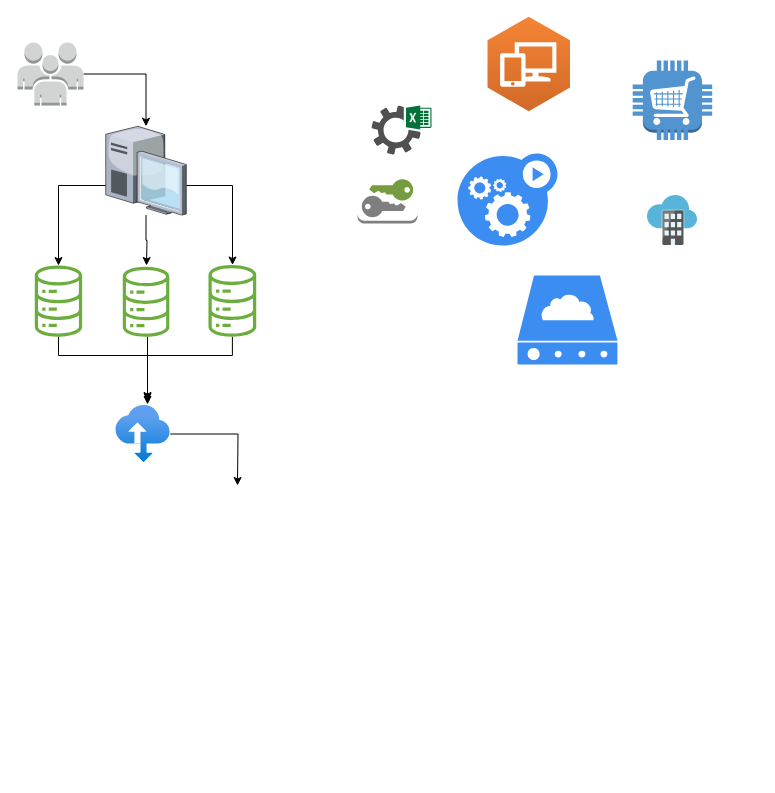
This is Untitled Diagram.drawio from amalgum/swagger-ui, a draw.io file, before an edit. Source tidied: cells renumbered, new cells numbered last; positions are measured from the earlier drawing's top-left corner, leaving out a move shared by most shapes. Both pictures are drawn from the tidied source at 100%, with x=0, y=0 at pixel (17, 16). Pictures stored in the file or linked from it are replaced by grey dashed boxes.
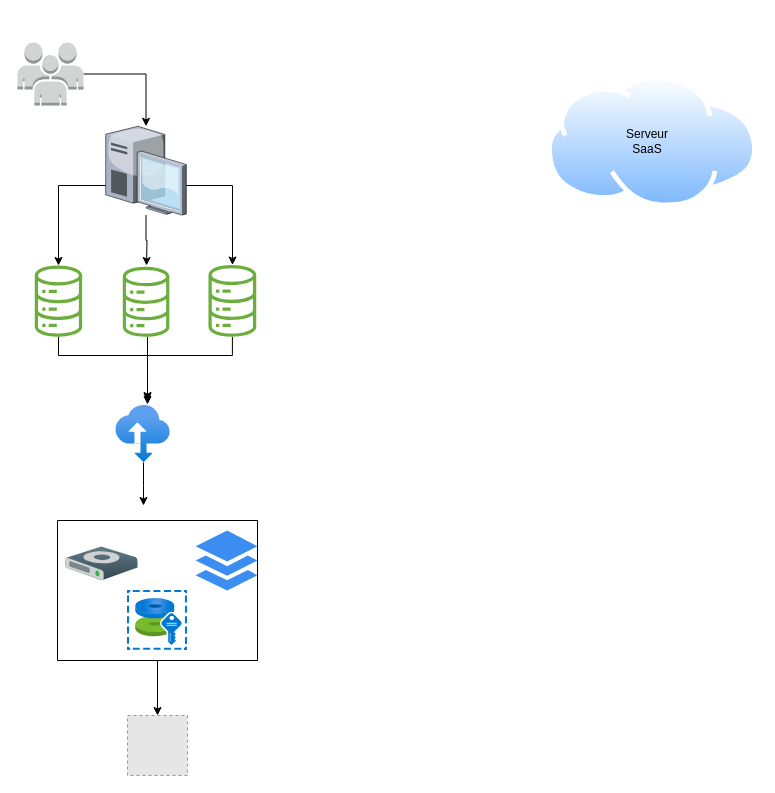
Above is the later version.

The change refers to these unchanged cells:
```xml
<mxCell id="22" style="html=1;points=[];align=center;image;fontSize=12;image=img/lib/azure2/storage/Import_Export_Jobs.svg;" parent="1" vertex="1">
  <mxGeometry x="98.3" y="389" width="54.5" height="57" as="geometry" />
</mxCell>
```

Diff of the diagram source:
```diff
@@
-    <mxCell id="2" style="sketch=0;shadow=0;dashed=0;html=1;strokeColor=none;fillColor=#505050;labelPosition=center;verticalLabelPosition=bottom;verticalAlign=top;align=center;shape=mxgraph.office.services.excel_services;" parent="1" vertex="1">
-      <mxGeometry x="354" y="89" width="60" height="49" as="geometry" />
-    </mxCell>
-    <mxCell id="3" style="sketch=0;html=1;strokeColor=none;shadow=0;align=center;verticalAlign=top;fillColor=#3B8DF1;shape=mxgraph.gcp2.cloud_server;" parent="1" vertex="1">
-      <mxGeometry x="500" y="259" width="100" height="89" as="geometry" />
-    </mxCell>
@@
-    <mxCell id="6" style="dashed=0;verticalLabelPosition=bottom;verticalAlign=top;align=center;html=1;shape=mxgraph.aws3.workspaces;fillColor=#D16A28;gradientColor=#F58435;gradientDirection=north;" parent="1" vertex="1">
-      <mxGeometry x="470" y="0.2" width="82.5" height="94.5" as="geometry" />
-    </mxCell>
-    <mxCell id="7" style="dashed=0;verticalLabelPosition=bottom;verticalAlign=top;align=center;html=1;shape=mxgraph.aws3.cart;fillColor=#5294CF;gradientColor=none;" parent="1" vertex="1">
-      <mxGeometry x="615.2" y="44" width="79.5" height="79.5" as="geometry" />
-    </mxCell>
-    <mxCell id="8" style="dashed=0;verticalLabelPosition=bottom;verticalAlign=top;align=center;html=1;shape=mxgraph.aws3.long_term_security_credential;fillColor=#ffffff;gradientColor=none;" parent="1" vertex="1">
-      <mxGeometry x="340" y="159" width="60" height="48" as="geometry" />
-    </mxCell>
@@
-    <mxCell id="15" style="sketch=0;html=1;align=center;image;fontSize=12;image=img/lib/mscae/Software_as_a_Service.svg;" parent="1" vertex="1">
-      <mxGeometry x="630" y="179" width="50" height="50" as="geometry" />
-    </mxCell>
@@
-    <mxCell id="20" style="sketch=0;html=1;strokeColor=none;shadow=0;align=center;verticalAlign=top;fillColor=#3B8DF1;shape=mxgraph.gcp2.gear_load;" parent="1" vertex="1">
-      <mxGeometry x="440" y="137" width="100" height="92" as="geometry" />
-    </mxCell>
-    <mxCell id="21" style="edgeStyle=orthogonalEdgeStyle;rounded=0;jettySize=auto;html=1;" parent="1" edge="1" source="22">
-      <mxGeometry relative="1" as="geometry">
-        <mxPoint x="220" y="469" as="targetPoint" />
-      </mxGeometry>
-    </mxCell>
+    <mxCell id="23" style="edgeStyle=orthogonalEdgeStyle;rounded=0;jettySize=auto;html=1;" parent="1" edge="1" source="22">
+      <mxGeometry relative="1" as="geometry">
+        <mxPoint x="126" y="489" as="targetPoint" />
+        <Array as="points">
+          <mxPoint x="126" y="469" />
+        </Array>
+      </mxGeometry>
+    </mxCell>
@@
+    <mxCell id="24" style="perimeter=ellipsePerimeter;html=1;align=center;shadow=0;dashed=0;spacingTop=3;image;image=img/lib/active_directory/internet_cloud.svg;" parent="1" vertex="1">
+      <mxGeometry x="530" y="59" width="210" height="132.3" as="geometry" />
+    </mxCell>
+    <mxCell id="25" value="Serveur SaaS" style="text;html=1;strokeColor=none;fillColor=none;align=center;verticalAlign=middle;whiteSpace=wrap;rounded=0;" parent="1" vertex="1">
+      <mxGeometry x="600" y="109.8" width="60" height="30" as="geometry" />
+    </mxCell>
+    <mxCell id="26" style="edgeStyle=orthogonalEdgeStyle;rounded=0;jettySize=auto;html=1;" parent="1" edge="1" source="27" target="31">
+      <mxGeometry relative="1" as="geometry" />
+    </mxCell>
+    <mxCell id="27" style="swimlane;startSize=0;" parent="1" vertex="1">
+      <mxGeometry x="40" y="504" width="200" height="140" as="geometry" />
+    </mxCell>
+    <mxCell id="28" style="shadow=0;dashed=0;html=1;labelPosition=center;verticalLabelPosition=bottom;verticalAlign=top;align=center;shape=mxgraph.veeam.3d.hard_drive;fillColor=#637D8A;gradientColor=#324752;strokeColor=none;" parent="27" vertex="1">
+      <mxGeometry x="7.8" y="26" width="72.2" height="34" as="geometry" />
+    </mxCell>
+    <mxCell id="29" style="html=1;align=center;image;fontSize=12;image=img/lib/azure2/compute/Disk_Encryption_Sets.svg;" parent="27" vertex="1">
+      <mxGeometry x="70" y="70" width="60" height="60" as="geometry" />
+    </mxCell>
+    <mxCell id="30" style="sketch=0;html=1;strokeColor=none;shadow=0;align=center;verticalAlign=top;fillColor=#3B8DF1;shape=mxgraph.gcp2.files;" parent="27" vertex="1">
+      <mxGeometry x="138.1" y="10" width="61.9" height="60" as="geometry" />
+    </mxCell>
+    <mxCell id="31" style="fillColor=#E6E6E6;strokeColor=#999999;dashed=1;html=1;verticalAlign=top;verticalLabelPosition=bottom;labelBackgroundColor=#ffffff;" parent="1" vertex="1">
+      <mxGeometry x="110" y="699" width="60" height="60" as="geometry" />
+    </mxCell>
```
